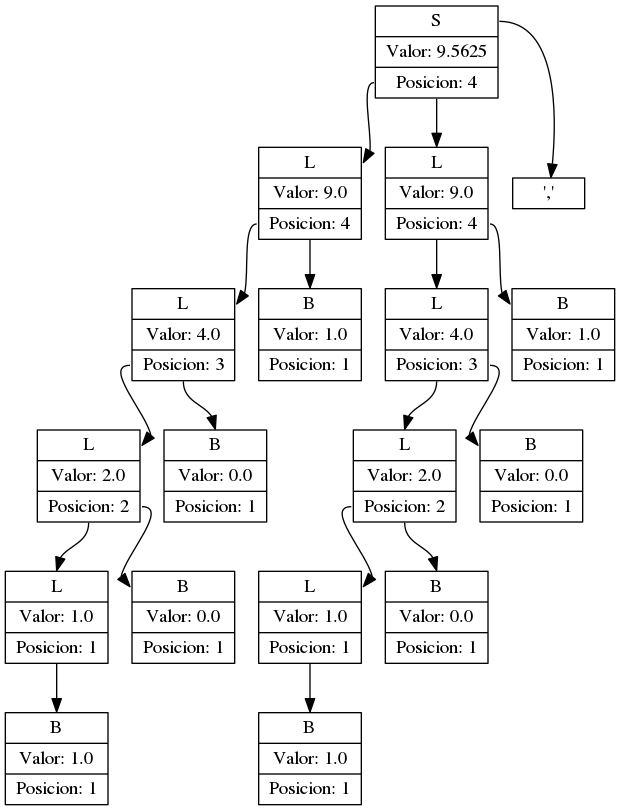
The Graphviz diagram BinarioDecimal/grafica1.png in angelRacancoj/Compi2, before a commit. Its source is kept beside it as BinarioDecimal/grafica1.dot. The source it was exported from:
```dot
digraph G {
node [shape = record,height=.1];
nodeS17[shape=record, label = "{<f0>S|Valor: 9.5625|<f1>Posicion: 4}"];
nodeB1[shape=record, label = "{<f0>B|Valor: 1.0|<f1>Posicion: 1}"];
"nodeL2":f1 -> "nodeB1":f0;
nodeL2[shape=record, label = "{<f0>L|Valor: 1.0|<f1>Posicion: 1}"];
"nodeL4":f1 -> "nodeL2":f0;
nodeB3[shape=record, label = "{<f0>B|Valor: 0.0|<f1>Posicion: 1}"];
"nodeL4":f1 -> "nodeB3":f0;
nodeL4[shape=record, label = "{<f0>L|Valor: 2.0|<f1>Posicion: 2}"];
"nodeL6":f1 -> "nodeL4":f0;
nodeB5[shape=record, label = "{<f0>B|Valor: 0.0|<f1>Posicion: 1}"];
"nodeL6":f1 -> "nodeB5":f0;
nodeL6[shape=record, label = "{<f0>L|Valor: 4.0|<f1>Posicion: 3}"];
"nodeL8":f1 -> "nodeL6":f0;
nodeB7[shape=record, label = "{<f0>B|Valor: 1.0|<f1>Posicion: 1}"];
"nodeL8":f1 -> "nodeB7":f0;
nodeL8[shape=record, label = "{<f0>L|Valor: 9.0|<f1>Posicion: 4}"];
"nodeS17":f1 -> "nodeL8":f0;
nodeB9[shape=record, label = "{<f0>B|Valor: 1.0|<f1>Posicion: 1}"];
"nodeL10":f1 -> "nodeB9":f0;
nodeL10[shape=record, label = "{<f0>L|Valor: 1.0|<f1>Posicion: 1}"];
"nodeL12":f1 -> "nodeL10":f0;
nodeB11[shape=record, label = "{<f0>B|Valor: 0.0|<f1>Posicion: 1}"];
"nodeL12":f1 -> "nodeB11":f0;
nodeL12[shape=record, label = "{<f0>L|Valor: 2.0|<f1>Posicion: 2}"];
"nodeL14":f1 -> "nodeL12":f0;
nodeB13[shape=record, label = "{<f0>B|Valor: 0.0|<f1>Posicion: 1}"];
"nodeL14":f1 -> "nodeB13":f0;
nodeL14[shape=record, label = "{<f0>L|Valor: 4.0|<f1>Posicion: 3}"];
"nodeL16":f1 -> "nodeL14":f0;
nodeB15[shape=record, label = "{<f0>B|Valor: 1.0|<f1>Posicion: 1}"];
"nodeL16":f1 -> "nodeB15":f0;
nodeL16[shape=record, label = "{<f0>L|Valor: 9.0|<f1>Posicion: 4}"];
"nodeS17":f1 -> "nodeL16":f0;
nodeComa[shape=record, label = "{<f0>','}"];
"nodeS17":f0 -> "nodeComa":f0;
}
```
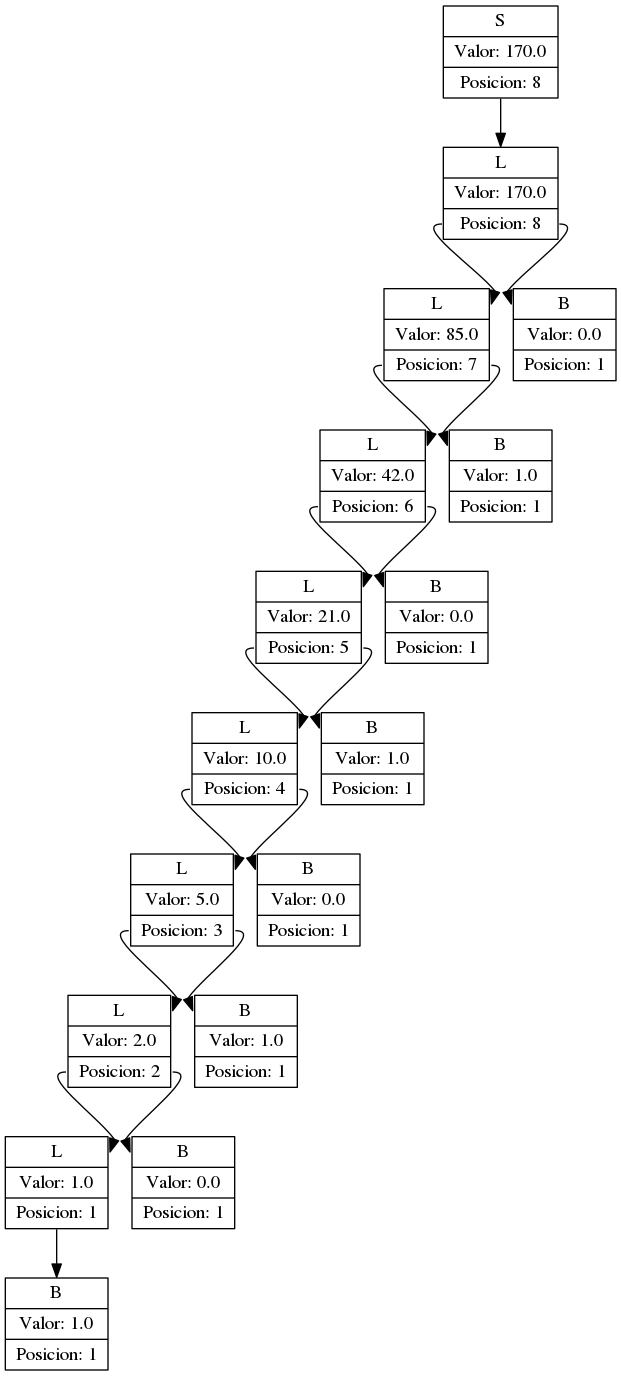
The same diagram one commit later.

The edit, as a diff of the source:
```diff
@@ -1,6 +1,6 @@
 digraph G {
 node [shape = record,height=.1];
-nodeS17[shape=record, label = "{<f0>S|Valor: 9.5625|<f1>Posicion: 4}"];
+nodeS17[shape=record, label = "{<f0>S|Valor: 170.0|<f1>Posicion: 8}"];
 nodeB1[shape=record, label = "{<f0>B|Valor: 1.0|<f1>Posicion: 1}"];
 "nodeL2":f1 -> "nodeB1":f0;
 nodeL2[shape=record, label = "{<f0>L|Valor: 1.0|<f1>Posicion: 1}"];
@@ -9,30 +9,28 @@
 "nodeL4":f1 -> "nodeB3":f0;
 nodeL4[shape=record, label = "{<f0>L|Valor: 2.0|<f1>Posicion: 2}"];
 "nodeL6":f1 -> "nodeL4":f0;
-nodeB5[shape=record, label = "{<f0>B|Valor: 0.0|<f1>Posicion: 1}"];
+nodeB5[shape=record, label = "{<f0>B|Valor: 1.0|<f1>Posicion: 1}"];
 "nodeL6":f1 -> "nodeB5":f0;
-nodeL6[shape=record, label = "{<f0>L|Valor: 4.0|<f1>Posicion: 3}"];
+nodeL6[shape=record, label = "{<f0>L|Valor: 5.0|<f1>Posicion: 3}"];
 "nodeL8":f1 -> "nodeL6":f0;
-nodeB7[shape=record, label = "{<f0>B|Valor: 1.0|<f1>Posicion: 1}"];
+nodeB7[shape=record, label = "{<f0>B|Valor: 0.0|<f1>Posicion: 1}"];
 "nodeL8":f1 -> "nodeB7":f0;
-nodeL8[shape=record, label = "{<f0>L|Valor: 9.0|<f1>Posicion: 4}"];
-"nodeS17":f1 -> "nodeL8":f0;
+nodeL8[shape=record, label = "{<f0>L|Valor: 10.0|<f1>Posicion: 4}"];
+"nodeL10":f1 -> "nodeL8":f0;
 nodeB9[shape=record, label = "{<f0>B|Valor: 1.0|<f1>Posicion: 1}"];
 "nodeL10":f1 -> "nodeB9":f0;
-nodeL10[shape=record, label = "{<f0>L|Valor: 1.0|<f1>Posicion: 1}"];
+nodeL10[shape=record, label = "{<f0>L|Valor: 21.0|<f1>Posicion: 5}"];
 "nodeL12":f1 -> "nodeL10":f0;
 nodeB11[shape=record, label = "{<f0>B|Valor: 0.0|<f1>Posicion: 1}"];
 "nodeL12":f1 -> "nodeB11":f0;
-nodeL12[shape=record, label = "{<f0>L|Valor: 2.0|<f1>Posicion: 2}"];
+nodeL12[shape=record, label = "{<f0>L|Valor: 42.0|<f1>Posicion: 6}"];
 "nodeL14":f1 -> "nodeL12":f0;
-nodeB13[shape=record, label = "{<f0>B|Valor: 0.0|<f1>Posicion: 1}"];
+nodeB13[shape=record, label = "{<f0>B|Valor: 1.0|<f1>Posicion: 1}"];
 "nodeL14":f1 -> "nodeB13":f0;
-nodeL14[shape=record, label = "{<f0>L|Valor: 4.0|<f1>Posicion: 3}"];
+nodeL14[shape=record, label = "{<f0>L|Valor: 85.0|<f1>Posicion: 7}"];
 "nodeL16":f1 -> "nodeL14":f0;
-nodeB15[shape=record, label = "{<f0>B|Valor: 1.0|<f1>Posicion: 1}"];
+nodeB15[shape=record, label = "{<f0>B|Valor: 0.0|<f1>Posicion: 1}"];
 "nodeL16":f1 -> "nodeB15":f0;
-nodeL16[shape=record, label = "{<f0>L|Valor: 9.0|<f1>Posicion: 4}"];
+nodeL16[shape=record, label = "{<f0>L|Valor: 170.0|<f1>Posicion: 8}"];
 "nodeS17":f1 -> "nodeL16":f0;
-nodeComa[shape=record, label = "{<f0>','}"];
-"nodeS17":f0 -> "nodeComa":f0;
 }
```
